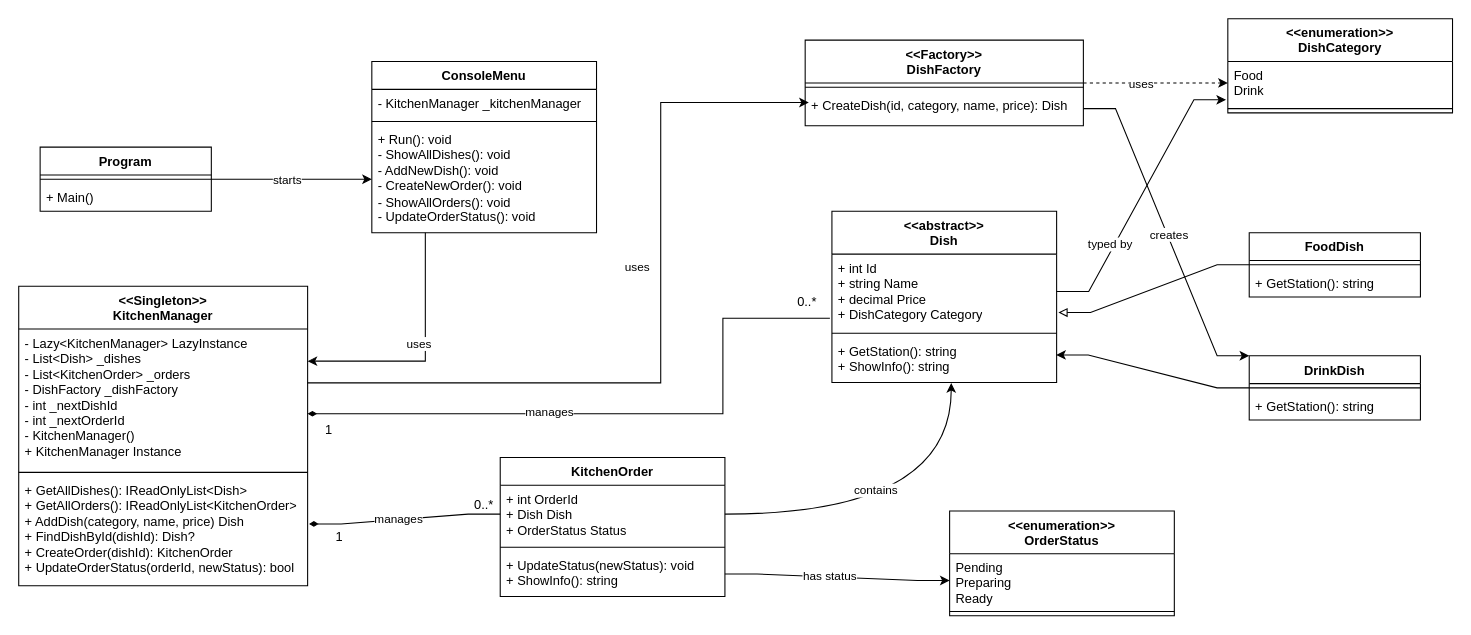
Before: docs/classdiagram.drawio in ngxtmuni/console-app-combine-2-design-pattern, a draw.io diagram. Source tidied: cells renumbered, new cells numbered last; positions are measured from the earlier drawing's top-left corner, leaving out a move shared by most shapes. Both pictures are drawn from the tidied source at 107%, with x=0, y=0 at pixel (18, 18).
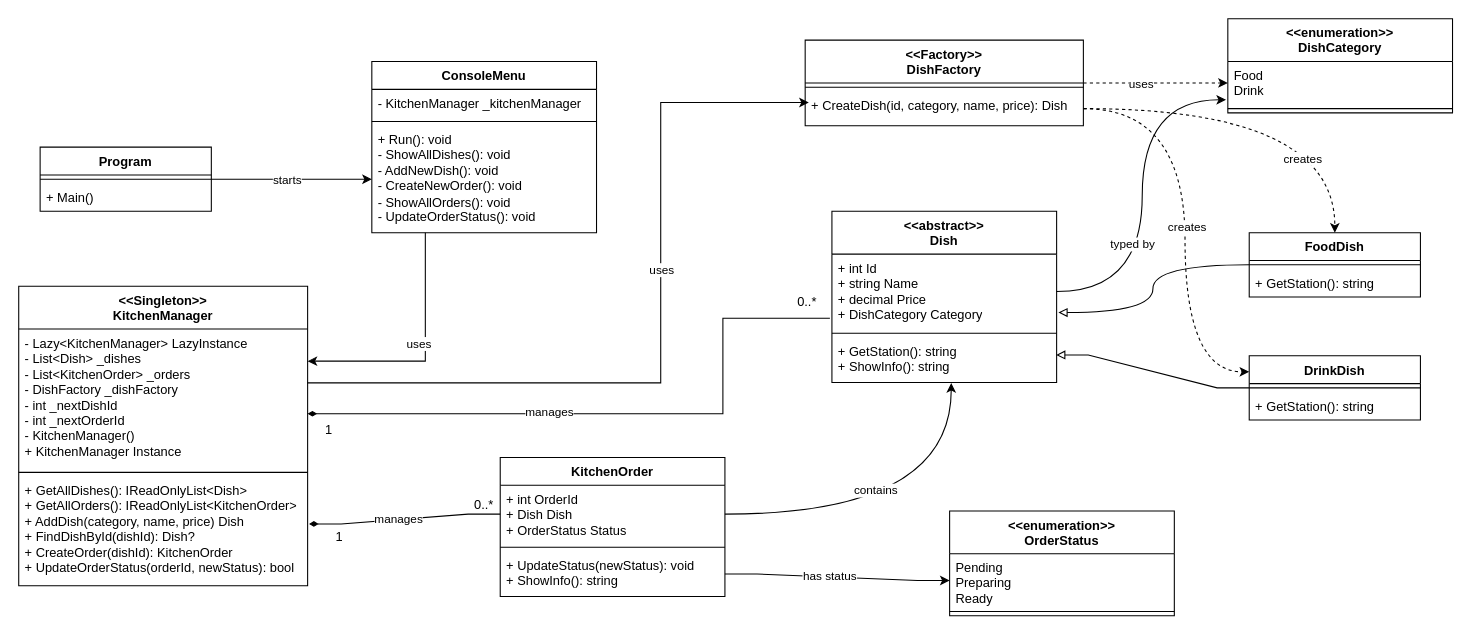
Above is the later version.

Commit message (it also covers changes not shown here):
docs: Update class diagram with new relationships and styling

Unchanged cells that the change refers to:
```xml
<mxCell id="29" value="&lt;div&gt;+ int Id&lt;/div&gt;&lt;div&gt;+ string Name&lt;/div&gt;&lt;div&gt;+ decimal Price&lt;/div&gt;&lt;div&gt;+ DishCategory Category&lt;/div&gt;" style="text;strokeColor=none;fillColor=none;align=left;verticalAlign=top;spacingLeft=4;spacingRight=4;overflow=hidden;points=[[0,0.5],[1,0.5]];portConstraint=eastwest;whiteSpace=wrap;html=1;" parent="28" vertex="1">
  <mxGeometry y="40" width="210" height="70" as="geometry" />
</mxCell>
<mxCell id="31" value="&lt;div&gt;+ GetStation(): string&lt;/div&gt;&lt;div&gt;+ ShowInfo(): string&lt;/div&gt;" style="text;strokeColor=none;fillColor=none;align=left;verticalAlign=top;spacingLeft=4;spacingRight=4;overflow=hidden;points=[[0,0.5],[1,0.5]];portConstraint=eastwest;whiteSpace=wrap;html=1;" parent="28" vertex="1">
  <mxGeometry y="118" width="210" height="42" as="geometry" />
</mxCell>
<mxCell id="45" value="&lt;div&gt;+ CreateDish(id, category, name, price): Dish&lt;/div&gt;" style="text;strokeColor=none;fillColor=none;align=left;verticalAlign=top;spacingLeft=4;spacingRight=4;overflow=hidden;points=[[0,0.5],[1,0.5]];portConstraint=eastwest;whiteSpace=wrap;html=1;" parent="43" vertex="1">
  <mxGeometry y="48" width="260" height="32" as="geometry" />
</mxCell>
<mxCell id="46" style="edgeStyle=orthogonalEdgeStyle;rounded=0;jettySize=auto;html=1;entryX=0.013;entryY=0.323;entryDx=0;entryDy=0;entryPerimeter=0;exitX=0.999;exitY=0.387;exitDx=0;exitDy=0;exitPerimeter=0;" parent="1" edge="1" source="10" target="45">
  <mxGeometry relative="1" as="geometry">
    <Array as="points">
      <mxPoint x="600" y="340" />
      <mxPoint x="600" y="78" />
    </Array>
  </mxGeometry>
</mxCell>
<mxCell id="51" value="Food&lt;div&gt;Drink&lt;/div&gt;" style="text;strokeColor=none;fillColor=none;align=left;verticalAlign=top;spacingLeft=4;spacingRight=4;overflow=hidden;points=[[0,0.5],[1,0.5]];portConstraint=eastwest;whiteSpace=wrap;html=1;" parent="50" vertex="1">
  <mxGeometry y="40" width="210" height="40" as="geometry" />
</mxCell>
<mxCell id="55" value="FoodDish" style="swimlane;fontStyle=1;align=center;verticalAlign=top;horizontal=1;startSize=26;whiteSpace=wrap;html=1;" parent="1" vertex="1">
  <mxGeometry x="1150" y="200" width="160" height="60" as="geometry" />
</mxCell>
<mxCell id="59" value="DrinkDish" style="swimlane;fontStyle=1;align=center;verticalAlign=top;horizontal=1;startSize=26;whiteSpace=wrap;html=1;" parent="1" vertex="1">
  <mxGeometry x="1150" y="315" width="160" height="60" as="geometry" />
</mxCell>
```

Diff of the diagram source:
```diff
@@
-    <mxCell id="41" style="edgeStyle=entityRelationEdgeStyle;rounded=0;jettySize=auto;html=1;entryX=0;entryY=0;entryDx=0;entryDy=0;exitX=1;exitY=0.5;exitDx=0;exitDy=0;" parent="1" edge="1" source="45" target="59">
-      <mxGeometry relative="1" as="geometry" />
+    <mxCell id="41" style="edgeStyle=orthogonalEdgeStyle;rounded=0;jettySize=auto;html=1;entryX=0;entryY=0.25;entryDx=0;entryDy=0;exitX=1;exitY=0.5;exitDx=0;exitDy=0;curved=1;dashed=1;" parent="1" edge="1" source="45" target="59">
+      <mxGeometry relative="1" as="geometry">
+        <Array as="points">
+          <mxPoint x="1090" y="84" />
+          <mxPoint x="1090" y="330" />
+        </Array>
+      </mxGeometry>
     </mxCell>
@@
     <mxCell id="47" value="uses" style="edgeLabel;html=1;align=center;verticalAlign=middle;" parent="46" vertex="1">
       <mxGeometry x="0.21" y="2" relative="1" as="geometry">
-        <mxPoint x="-21" y="3" as="offset" />
+        <mxPoint x="2" y="6" as="offset" />
       </mxGeometry>
     </mxCell>
@@
-    <mxCell id="53" style="edgeStyle=entityRelationEdgeStyle;rounded=0;jettySize=auto;html=1;entryX=-0.008;entryY=0.895;entryDx=0;entryDy=0;entryPerimeter=0;" parent="1" edge="1" source="29" target="51">
+    <mxCell id="53" style="edgeStyle=orthogonalEdgeStyle;rounded=0;jettySize=auto;html=1;entryX=-0.008;entryY=0.895;entryDx=0;entryDy=0;entryPerimeter=0;curved=1;" parent="1" edge="1" source="29" target="51">
       <mxGeometry relative="1" as="geometry" />
     </mxCell>
     <mxCell id="54" value="typed by" style="edgeLabel;html=1;align=center;verticalAlign=middle;" parent="53" vertex="1">
       <mxGeometry x="0.19" y="3" relative="1" as="geometry">
-        <mxPoint x="-39" y="68" as="offset" />
+        <mxPoint x="-7" y="76" as="offset" />
       </mxGeometry>
     </mxCell>
@@
-    <mxCell id="58" style="edgeStyle=entityRelationEdgeStyle;rounded=0;jettySize=auto;html=1;entryX=1.008;entryY=0.78;entryDx=0;entryDy=0;entryPerimeter=0;endArrow=block;endFill=0;" parent="1" edge="1" source="55" target="29">
+    <mxCell id="58" style="edgeStyle=orthogonalEdgeStyle;rounded=0;jettySize=auto;html=1;entryX=1.008;entryY=0.78;entryDx=0;entryDy=0;entryPerimeter=0;endArrow=block;endFill=0;curved=1;" parent="1" edge="1" source="55" target="29">
       <mxGeometry relative="1" as="geometry" />
     </mxCell>
@@
-    <mxCell id="62" style="edgeStyle=entityRelationEdgeStyle;rounded=0;jettySize=auto;html=1;entryX=0.998;entryY=0.386;entryDx=0;entryDy=0;entryPerimeter=0;" parent="1" edge="1" source="59" target="31">
+    <mxCell id="62" style="edgeStyle=entityRelationEdgeStyle;rounded=0;jettySize=auto;html=1;entryX=0.998;entryY=0.386;entryDx=0;entryDy=0;entryPerimeter=0;endArrow=block;endFill=0;" parent="1" edge="1" source="59" target="31">
       <mxGeometry relative="1" as="geometry" />
     </mxCell>
+    <mxCell id="63" style="edgeStyle=orthogonalEdgeStyle;rounded=0;jettySize=auto;html=1;entryX=0.5;entryY=0;entryDx=0;entryDy=0;exitX=1;exitY=0.5;exitDx=0;exitDy=0;curved=1;dashed=1;" parent="1" edge="1" source="45" target="55">
+      <mxGeometry relative="1" as="geometry">
+        <Array as="points">
+          <mxPoint x="1230" y="84" />
+        </Array>
+      </mxGeometry>
+    </mxCell>
+    <mxCell id="64" value="creates" style="edgeLabel;html=1;align=center;verticalAlign=middle;" parent="63" vertex="1">
+      <mxGeometry x="0.02" y="1" relative="1" as="geometry">
+        <mxPoint x="25" y="47" as="offset" />
+      </mxGeometry>
+    </mxCell>
```
